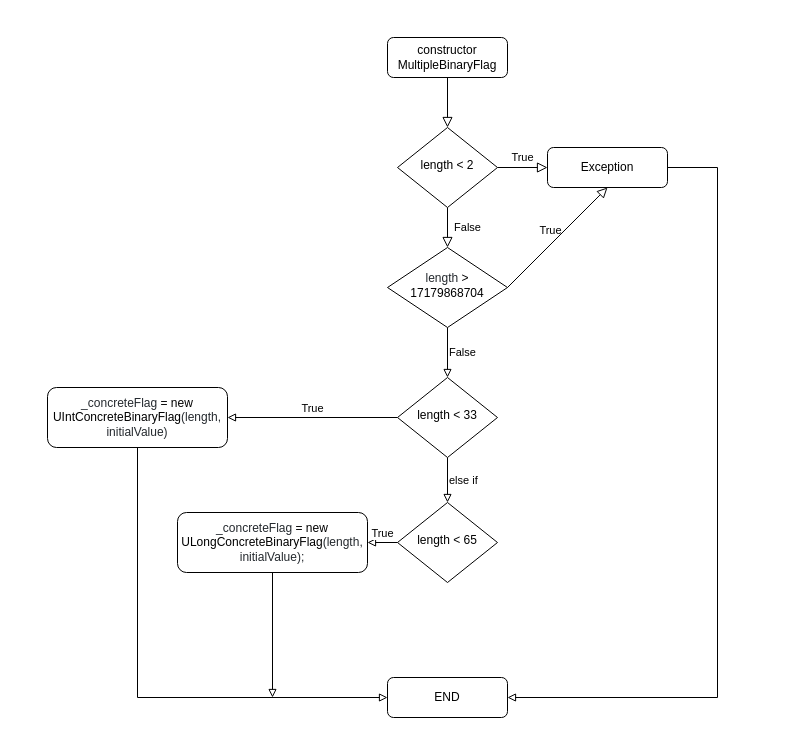
Dmytrenko-Roman/TestsLabs keeps this draw.io diagram as 2/diagrams/Untitled Diagram.drawio. Above is the earlier version. Source tidied: cells renumbered, new cells numbered last; positions are measured from the earlier drawing's top-left corner, leaving out a move shared by most shapes. Both pictures are drawn from the tidied source at 100%, with x=0, y=0 at pixel (47, 37).
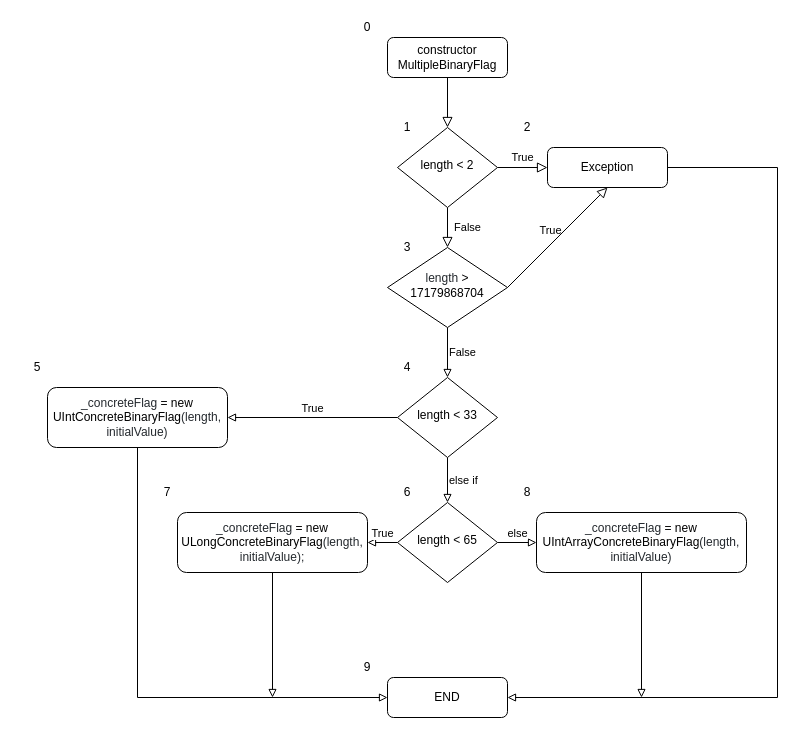
The same diagram, later.

Unchanged cells that the change refers to:
```xml
<mxCell id="8" value="Exception" style="rounded=1;whiteSpace=wrap;html=1;fontSize=12;glass=0;strokeWidth=1;shadow=0;" parent="1" vertex="1">
  <mxGeometry x="500" y="110" width="120" height="40" as="geometry" />
</mxCell>
<mxCell id="12" value="END" style="rounded=1;whiteSpace=wrap;html=1;fontSize=12;glass=0;strokeWidth=1;shadow=0;" parent="1" vertex="1">
  <mxGeometry x="340" y="640" width="120" height="40" as="geometry" />
</mxCell>
<mxCell id="19" value="length &amp;lt; 65" style="rhombus;whiteSpace=wrap;html=1;shadow=0;fontFamily=Helvetica;fontSize=12;align=center;strokeWidth=1;spacing=6;spacingTop=-4;" parent="1" vertex="1">
  <mxGeometry x="350" y="465" width="100" height="80" as="geometry" />
</mxCell>
```

The edit, as a diff of the source:
```diff
@@
     <mxCell id="7" style="edgeStyle=orthogonalEdgeStyle;rounded=0;jettySize=auto;html=1;exitX=1;exitY=0.5;exitDx=0;exitDy=0;entryX=1;entryY=0.5;entryDx=0;entryDy=0;endArrow=block;endFill=0;strokeWidth=1;" parent="1" edge="1" source="8" target="12">
       <mxGeometry relative="1" as="geometry">
         <Array as="points">
-          <mxPoint x="670" y="130" />
-          <mxPoint x="670" y="660" />
+          <mxPoint x="730" y="130" />
+          <mxPoint x="730" y="660" />
         </Array>
       </mxGeometry>
     </mxCell>
@@
+    <mxCell id="22" value="else" style="edgeStyle=orthogonalEdgeStyle;rounded=0;jettySize=auto;html=1;exitX=1;exitY=0.5;exitDx=0;exitDy=0;entryX=0;entryY=0.5;entryDx=0;entryDy=0;endArrow=block;endFill=0;strokeWidth=1;align=center;verticalAlign=bottom;" parent="1" edge="1" source="19" target="24">
+      <mxGeometry relative="1" as="geometry" />
+    </mxCell>
@@
+    <mxCell id="23" style="edgeStyle=orthogonalEdgeStyle;rounded=0;jettySize=auto;html=1;exitX=0.5;exitY=1;exitDx=0;exitDy=0;endArrow=block;endFill=0;strokeWidth=1;align=center;" parent="1" edge="1" source="24">
+      <mxGeometry relative="1" as="geometry">
+        <mxPoint x="594" y="660" as="targetPoint" />
+      </mxGeometry>
+    </mxCell>
+    <mxCell id="24" value="&#10;&#10;&lt;span class=&quot;pl-smi&quot; style=&quot;box-sizing: border-box; color: rgb(36, 41, 46); font-size: 12px; font-style: normal; font-weight: 400; letter-spacing: normal; text-indent: 0px; text-transform: none; word-spacing: 0px; background-color: rgb(255, 255, 255);&quot;&gt;_concreteFlag&lt;/span&gt;&lt;span style=&quot;color: rgb(36, 41, 46); font-size: 12px; font-style: normal; font-weight: 400; letter-spacing: normal; text-indent: 0px; text-transform: none; word-spacing: 0px; background-color: rgb(255, 255, 255); display: inline; float: none;&quot;&gt; &lt;/span&gt;&lt;span class=&quot;pl-k&quot; style=&quot;box-sizing: border-box; font-size: 12px; font-style: normal; font-weight: 400; letter-spacing: normal; text-indent: 0px; text-transform: none; word-spacing: 0px; background-color: rgb(255, 255, 255);&quot;&gt;=&lt;/span&gt;&lt;span style=&quot;color: rgb(36, 41, 46); font-size: 12px; font-style: normal; font-weight: 400; letter-spacing: normal; text-indent: 0px; text-transform: none; word-spacing: 0px; background-color: rgb(255, 255, 255); display: inline; float: none;&quot;&gt; &lt;/span&gt;&lt;span class=&quot;pl-k&quot; style=&quot;box-sizing: border-box; font-size: 12px; font-style: normal; font-weight: 400; letter-spacing: normal; text-indent: 0px; text-transform: none; word-spacing: 0px; background-color: rgb(255, 255, 255);&quot;&gt;new&lt;/span&gt;&lt;span style=&quot;color: rgb(36, 41, 46); font-size: 12px; font-style: normal; font-weight: 400; letter-spacing: normal; text-indent: 0px; text-transform: none; word-spacing: 0px; background-color: rgb(255, 255, 255); display: inline; float: none;&quot;&gt; &lt;/span&gt;&lt;span class=&quot;pl-en&quot; style=&quot;box-sizing: border-box; font-size: 12px; font-style: normal; font-weight: 400; letter-spacing: normal; text-indent: 0px; text-transform: none; word-spacing: 0px; background-color: rgb(255, 255, 255);&quot;&gt;&lt;span class=&quot;pl-token&quot; style=&quot;box-sizing: border-box&quot;&gt;UIntArrayConcreteBinaryFlag&lt;/span&gt;&lt;/span&gt;&lt;span style=&quot;color: rgb(36, 41, 46); font-size: 12px; font-style: normal; font-weight: 400; letter-spacing: normal; text-indent: 0px; text-transform: none; word-spacing: 0px; background-color: rgb(255, 255, 255); display: inline; float: none;&quot;&gt;(length, initialValue)&lt;/span&gt;&#10;&#10;" style="rounded=1;whiteSpace=wrap;html=1;fontSize=12;glass=0;strokeWidth=1;shadow=0;" parent="1" vertex="1">
+      <mxGeometry x="489" y="475" width="210" height="60" as="geometry" />
+    </mxCell>
+    <mxCell id="25" value="0" style="text;html=1;strokeColor=none;fillColor=none;align=center;verticalAlign=middle;whiteSpace=wrap;rounded=0;" parent="1" vertex="1">
+      <mxGeometry x="300" y="-20" width="40" height="20" as="geometry" />
+    </mxCell>
+    <mxCell id="26" value="1" style="text;html=1;strokeColor=none;fillColor=none;align=center;verticalAlign=middle;whiteSpace=wrap;rounded=0;" parent="1" vertex="1">
+      <mxGeometry x="340" y="80" width="40" height="20" as="geometry" />
+    </mxCell>
+    <mxCell id="27" value="2" style="text;html=1;strokeColor=none;fillColor=none;align=center;verticalAlign=middle;whiteSpace=wrap;rounded=0;" parent="1" vertex="1">
+      <mxGeometry x="460" y="80" width="40" height="20" as="geometry" />
+    </mxCell>
+    <mxCell id="28" value="3" style="text;html=1;strokeColor=none;fillColor=none;align=center;verticalAlign=middle;whiteSpace=wrap;rounded=0;" parent="1" vertex="1">
+      <mxGeometry x="340" y="200" width="40" height="20" as="geometry" />
+    </mxCell>
+    <mxCell id="29" value="4" style="text;html=1;strokeColor=none;fillColor=none;align=center;verticalAlign=middle;whiteSpace=wrap;rounded=0;" parent="1" vertex="1">
+      <mxGeometry x="340" y="320" width="40" height="20" as="geometry" />
+    </mxCell>
+    <mxCell id="30" value="5" style="text;html=1;strokeColor=none;fillColor=none;align=center;verticalAlign=middle;whiteSpace=wrap;rounded=0;" parent="1" vertex="1">
+      <mxGeometry x="-30" y="320" width="40" height="20" as="geometry" />
+    </mxCell>
+    <mxCell id="31" value="6" style="text;html=1;strokeColor=none;fillColor=none;align=center;verticalAlign=middle;whiteSpace=wrap;rounded=0;" parent="1" vertex="1">
+      <mxGeometry x="340" y="445" width="40" height="20" as="geometry" />
+    </mxCell>
+    <mxCell id="32" value="7" style="text;html=1;strokeColor=none;fillColor=none;align=center;verticalAlign=middle;whiteSpace=wrap;rounded=0;" parent="1" vertex="1">
+      <mxGeometry x="100" y="445" width="40" height="20" as="geometry" />
+    </mxCell>
+    <mxCell id="33" value="8" style="text;html=1;strokeColor=none;fillColor=none;align=center;verticalAlign=middle;whiteSpace=wrap;rounded=0;" parent="1" vertex="1">
+      <mxGeometry x="460" y="445" width="40" height="20" as="geometry" />
+    </mxCell>
+    <mxCell id="34" value="9" style="text;html=1;strokeColor=none;fillColor=none;align=center;verticalAlign=middle;whiteSpace=wrap;rounded=0;" parent="1" vertex="1">
+      <mxGeometry x="300" y="620" width="40" height="20" as="geometry" />
+    </mxCell>
```
